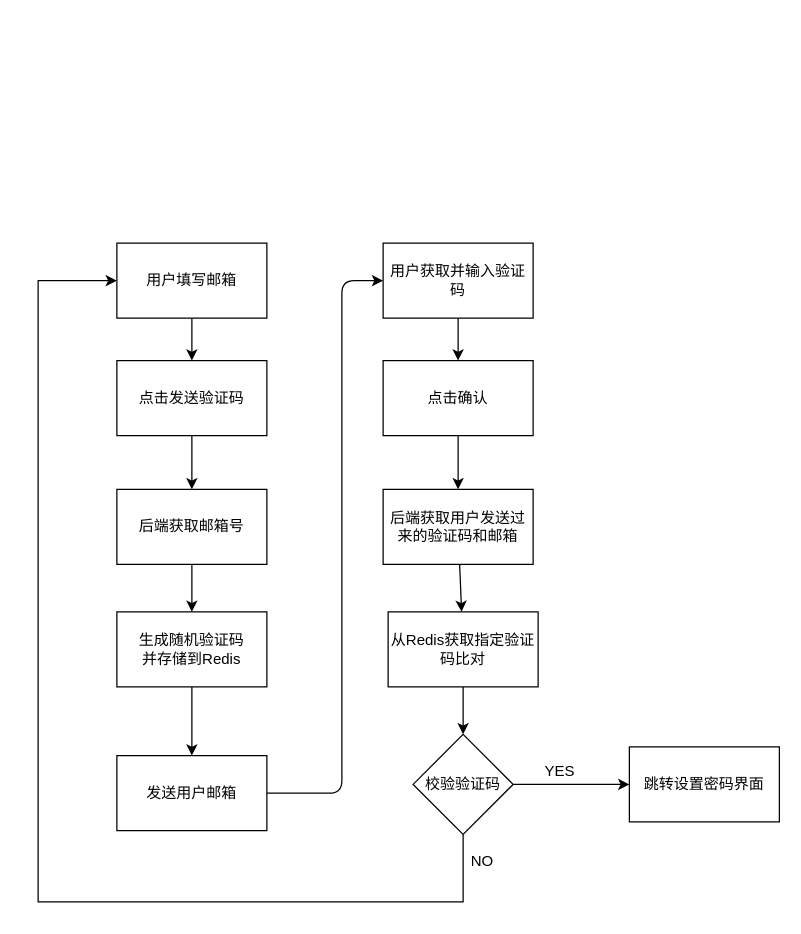
Sakeyuan/Web-ExaminationSystem keeps this draw.io diagram as examinationSystemVue/src/5-3-5.drawio. Above is the earlier version. Source tidied: cells renumbered, new cells numbered last; positions are measured from the earlier drawing's top-left corner, leaving out a move shared by most shapes. Both pictures are drawn from the tidied source at 125%, with x=0, y=0 at pixel (38, 242).
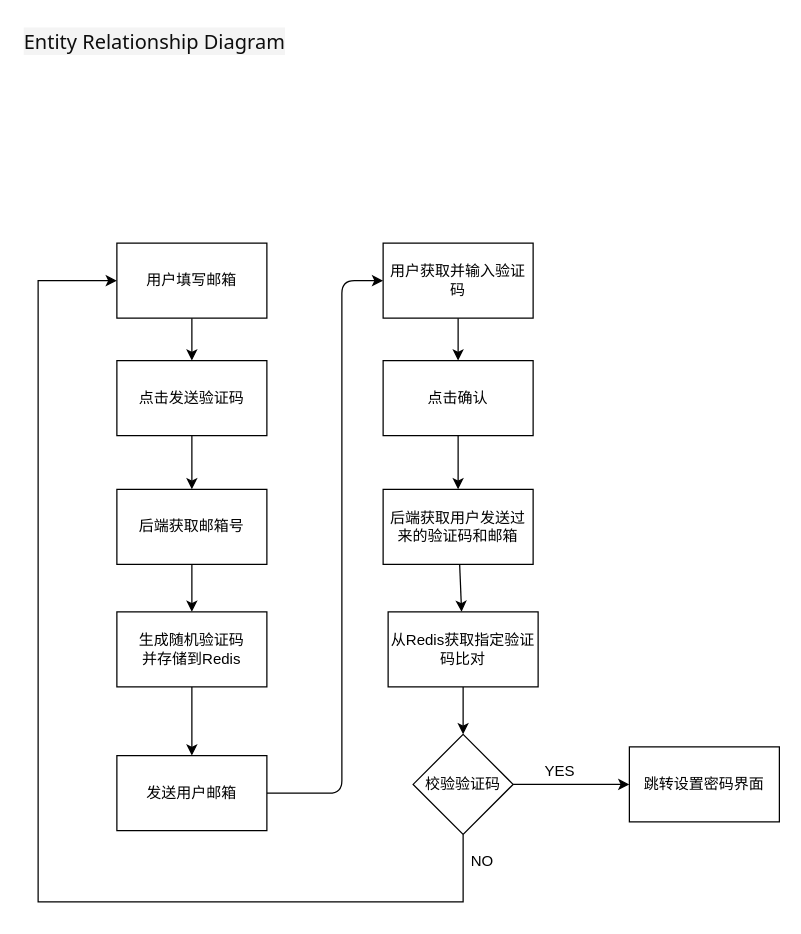
Above is the later version.

Diff of the diagram source:
```diff
@@
+    <mxCell id="26" value="&lt;span style=&quot;color: rgb(13, 13, 13); font-family: Söhne, ui-sans-serif, system-ui, -apple-system, &amp;quot;Segoe UI&amp;quot;, Roboto, Ubuntu, Cantarell, &amp;quot;Noto Sans&amp;quot;, sans-serif, &amp;quot;Helvetica Neue&amp;quot;, Arial, &amp;quot;Apple Color Emoji&amp;quot;, &amp;quot;Segoe UI Emoji&amp;quot;, &amp;quot;Segoe UI Symbol&amp;quot;, &amp;quot;Noto Color Emoji&amp;quot;; font-size: 16px; font-style: normal; font-variant-ligatures: normal; font-variant-caps: normal; font-weight: 400; letter-spacing: normal; orphans: 2; text-align: start; text-indent: 0px; text-transform: none; widows: 2; word-spacing: 0px; -webkit-text-stroke-width: 0px; background-color: rgb(244, 244, 244); text-decoration-thickness: initial; text-decoration-style: initial; text-decoration-color: initial; float: none; display: inline !important;&quot;&gt;Entity Relationship Diagram&lt;/span&gt;" style="text;whiteSpace=wrap;html=1;" parent="1" vertex="1">
+      <mxGeometry x="-13" y="-177" width="240" height="41" as="geometry" />
+    </mxCell>
```
